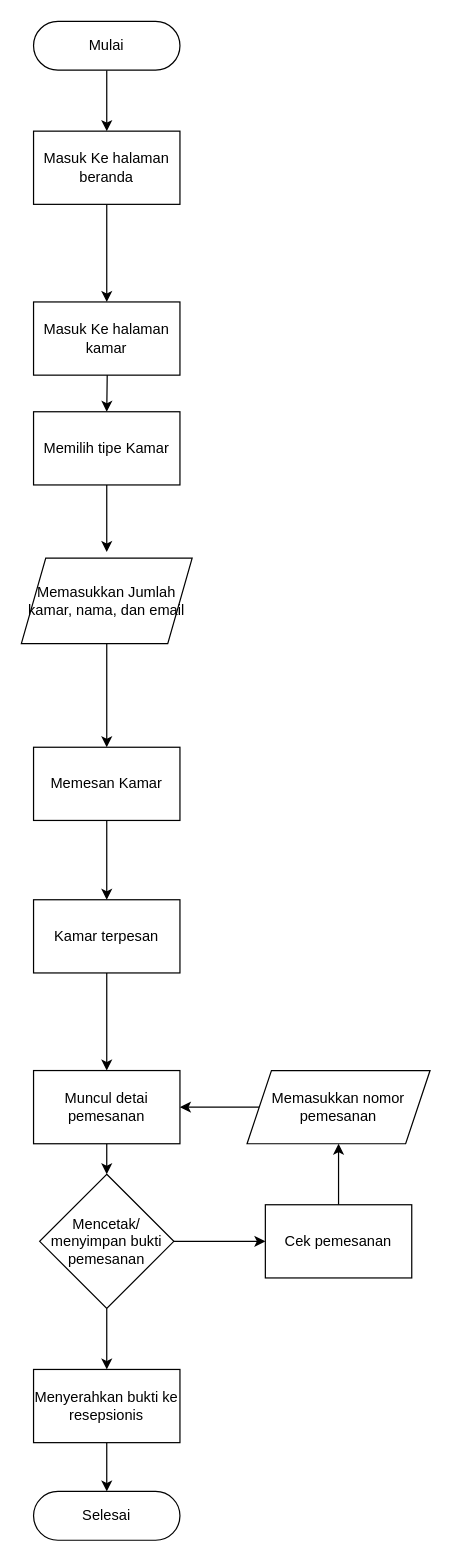
This is Tamu.drawio from Go-UKK/Flowcart, a draw.io file, before an edit. Source tidied: cells renumbered, new cells numbered last; positions are measured from the earlier drawing's top-left corner, leaving out a move shared by most shapes. Both pictures are drawn from the tidied source at 122%, with x=0, y=0 at pixel (21, 21).
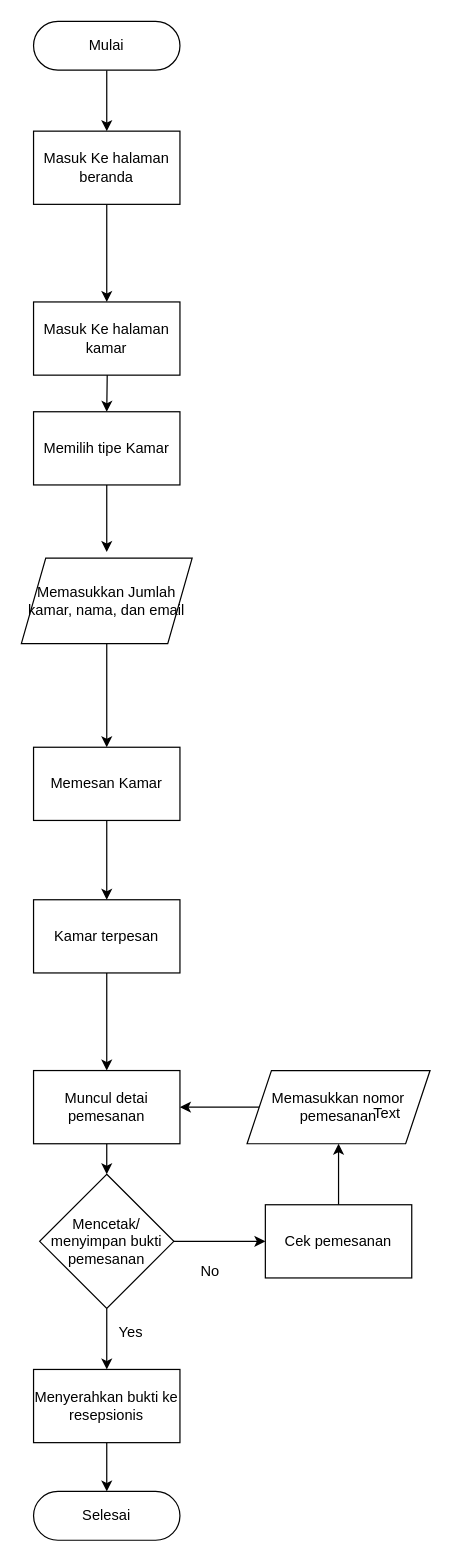
The same page after the edit.

The edit, as a diff of the source:
```diff
@@
+    <mxCell id="28" value="Text" style="text;html=1;strokeColor=none;fillColor=none;align=center;verticalAlign=middle;whiteSpace=wrap;rounded=0;" parent="1" vertex="1">
+      <mxGeometry x="270" y="880" width="60" height="30" as="geometry" />
+    </mxCell>
+    <mxCell id="29" value="No" style="text;html=1;strokeColor=none;fillColor=none;align=center;verticalAlign=middle;whiteSpace=wrap;rounded=0;" parent="1" vertex="1">
+      <mxGeometry x="125" y="1010" width="60" height="30" as="geometry" />
+    </mxCell>
+    <mxCell id="30" value="Yes" style="text;html=1;strokeColor=none;fillColor=none;align=center;verticalAlign=middle;whiteSpace=wrap;rounded=0;" parent="1" vertex="1">
+      <mxGeometry x="60" y="1060" width="60" height="30" as="geometry" />
+    </mxCell>
```
